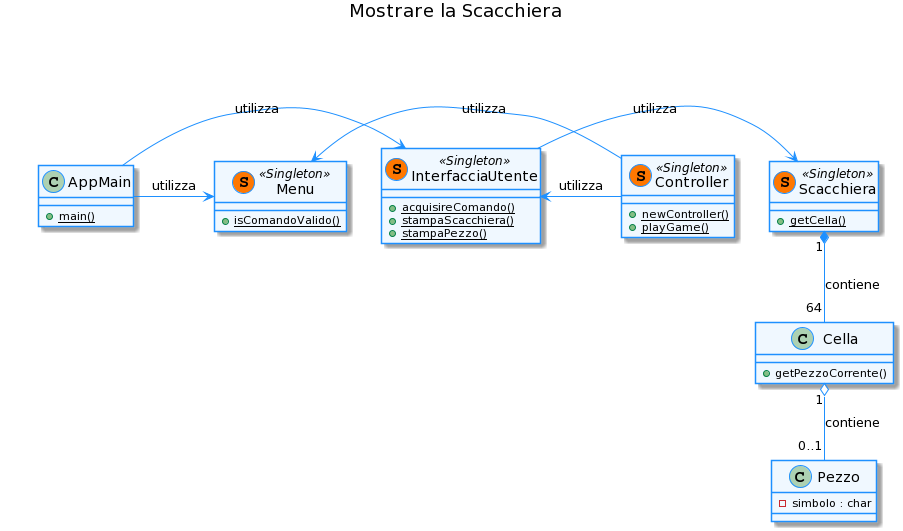
This is doc/drawings/MostrareLaScacchiera.png from softeng1920-inf-uniba/progetto1920-catmull, a PlantUML export, as it was before one commit. Source of this version:
```plantuml
@startuml
skinparam classFontSize 14

skinparam class {
BackgroundColor AliceBlue
ArrowColor DodgerBlue
BorderColor DodgerBlue
}

together {
  class AppMain
  class InterfacciaUtente
  class Menu
}

title Mostrare la Scacchiera

class AppMain{
+ {static} main()
}

class Controller << (S,#FF7700) Singleton >> {
+ {static} newController()
+ {static} playGame()
}

class Menu << (S,#FF7700) Singleton >> {
+ {static} isComandoValido()
}

class InterfacciaUtente << (S,#FF7700) Singleton >> {
+{static} acquisireComando()
+{static} stampaScacchiera()
+{static} stampaPezzo()
}

class Scacchiera << (S,#FF7700) Singleton >> {
+ {static} getCella()
}

class Cella{
+ getPezzoCorrente()
}

class Pezzo{
- simbolo : char
}
Scacchiera "1" *-- "64" Cella : contiene
Cella "1" o-- "0..1" Pezzo : contiene
AppMain -> InterfacciaUtente :utilizza
Controller -> InterfacciaUtente  : utilizza
Controller -> Menu : utilizza
AppMain -> Menu : utilizza
InterfacciaUtente -> Scacchiera : utilizza
@enduml
```
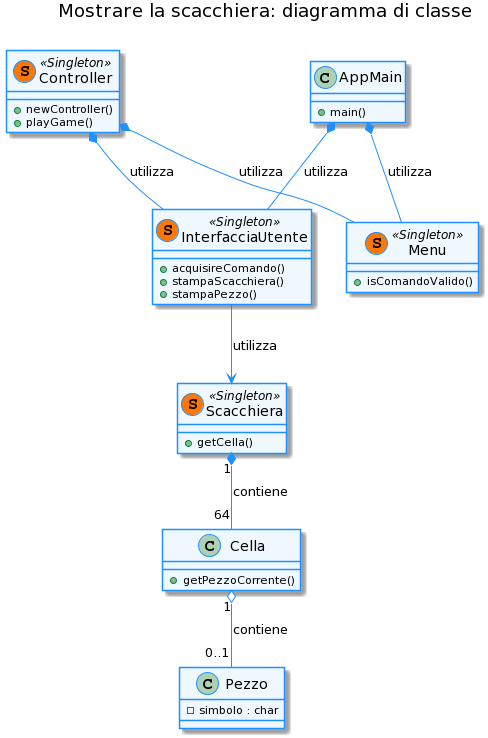
Above is the later version.

Diff of the diagram source:
```diff
@@ -13,29 +13,29 @@
   class Menu
 }
 
-title Mostrare la Scacchiera
+title Mostrare la scacchiera: diagramma di classe
 
 class AppMain{
-+ {static} main()
++ main()
 }
 
 class Controller << (S,#FF7700) Singleton >> {
-+ {static} newController()
-+ {static} playGame()
++ newController()
++ playGame()
 }
 
 class Menu << (S,#FF7700) Singleton >> {
-+ {static} isComandoValido()
++ isComandoValido()
 }
 
 class InterfacciaUtente << (S,#FF7700) Singleton >> {
-+{static} acquisireComando()
-+{static} stampaScacchiera()
-+{static} stampaPezzo()
++ acquisireComando()
++ stampaScacchiera()
++ stampaPezzo()
 }
 
 class Scacchiera << (S,#FF7700) Singleton >> {
-+ {static} getCella()
++ getCella()
 }
 
 class Cella{
@@ -47,9 +47,9 @@
 }
 Scacchiera "1" *-- "64" Cella : contiene
 Cella "1" o-- "0..1" Pezzo : contiene
-AppMain -> InterfacciaUtente :utilizza
-Controller -> InterfacciaUtente  : utilizza
-Controller -> Menu : utilizza
-AppMain -> Menu : utilizza
-InterfacciaUtente -> Scacchiera : utilizza
+AppMain *-- InterfacciaUtente :utilizza
+Controller *-- InterfacciaUtente  : utilizza
+Controller *-- Menu : utilizza
+AppMain *-- Menu : utilizza
+InterfacciaUtente --> Scacchiera : utilizza
 @enduml
```
